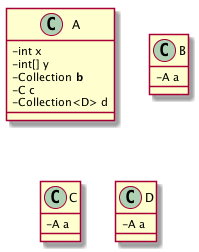
Above: java-uml-parser/src/main/resources/output.png in kanghuawu/JavaUML_Parser (PlantUML), before the change.
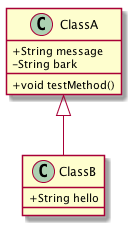
After the change.

Change to the diagram source:
```diff
@@ -1,15 +1,10 @@
 @startuml
-class A
-A : - int x
-A : - int[] y
-A : - Collection<B> b
-A : - C c
-A : - Collection<D> d
-class B
-B : - A a
-class C
-C : - A a
-class D
-D : - A a
+class ClassA
+ClassA : + String message
+ClassA : - String bark
+ClassA : + void testMethod()
+ClassA <|-- ClassB
+class ClassB
+ClassB : + String hello
 skinparam classAttributeIconSize 0
 @enduml
```
